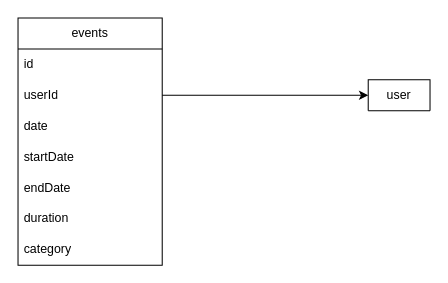
Before: uml.drawio in federicoferrulli/presenza-giornaliere, a draw.io diagram. Source tidied: cells renumbered, new cells numbered last; positions are measured from the earlier drawing's top-left corner, leaving out a move shared by most shapes. Both pictures are drawn from the tidied source at 103%, with x=0, y=0 at pixel (18, 18).
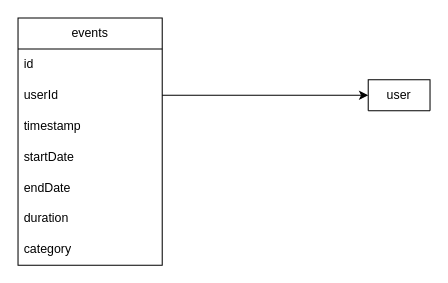
The same page after the edit.

Change to the diagram source:
```diff
@@
 <mxGraphModel>
   <root>
     <mxCell id="0" />
     <mxCell id="1" parent="0" />
     <mxCell id="2" value="events" style="swimlane;fontStyle=0;horizontal=1;startSize=30;whiteSpace=wrap;html=1;" parent="1" vertex="1">
       <mxGeometry width="140" height="240" as="geometry" />
     </mxCell>
     <mxCell id="3" value="id" style="text;strokeColor=none;fillColor=none;align=left;verticalAlign=middle;spacingLeft=4;spacingRight=4;overflow=hidden;whiteSpace=wrap;html=1;" parent="2" vertex="1">
       <mxGeometry y="30" width="140" height="30" as="geometry" />
     </mxCell>
     <mxCell id="4" value="userId" style="text;strokeColor=none;fillColor=none;align=left;verticalAlign=middle;spacingLeft=4;spacingRight=4;overflow=hidden;points=[[0,0.5],[1,0.5]];portConstraint=eastwest;whiteSpace=wrap;html=1;" parent="2" vertex="1">
       <mxGeometry y="60" width="140" height="30" as="geometry" />
     </mxCell>
-    <mxCell id="5" value="date" style="text;strokeColor=none;fillColor=none;align=left;verticalAlign=middle;spacingLeft=4;spacingRight=4;overflow=hidden;whiteSpace=wrap;html=1;" parent="2" vertex="1">
+    <mxCell id="5" value="timestamp" style="text;strokeColor=none;fillColor=none;align=left;verticalAlign=middle;spacingLeft=4;spacingRight=4;overflow=hidden;whiteSpace=wrap;html=1;" parent="2" vertex="1">
       <mxGeometry y="90" width="140" height="30" as="geometry" />
     </mxCell>
     <mxCell id="6" value="startDate" style="text;strokeColor=none;fillColor=none;align=left;verticalAlign=middle;spacingLeft=4;spacingRight=4;overflow=hidden;whiteSpace=wrap;html=1;" parent="2" vertex="1">
       <mxGeometry y="120" width="140" height="30" as="geometry" />
     </mxCell>
     <mxCell id="7" value="endDate" style="text;strokeColor=none;fillColor=none;align=left;verticalAlign=middle;spacingLeft=4;spacingRight=4;overflow=hidden;whiteSpace=wrap;html=1;" parent="2" vertex="1">
       <mxGeometry y="150" width="140" height="30" as="geometry" />
     </mxCell>
     <mxCell id="8" value="duration" style="text;strokeColor=none;fillColor=none;align=left;verticalAlign=middle;spacingLeft=4;spacingRight=4;overflow=hidden;whiteSpace=wrap;html=1;" parent="2" vertex="1">
       <mxGeometry y="180" width="140" height="30" as="geometry" />
     </mxCell>
     <mxCell id="9" value="category" style="text;strokeColor=none;fillColor=none;align=left;verticalAlign=middle;spacingLeft=4;spacingRight=4;overflow=hidden;whiteSpace=wrap;html=1;" parent="2" vertex="1">
       <mxGeometry y="210" width="140" height="30" as="geometry" />
     </mxCell>
     <mxCell id="10" value="user" style="swimlane;fontStyle=0;horizontal=1;startSize=30;whiteSpace=wrap;html=1;" parent="1" vertex="1" collapsed="1">
       <mxGeometry x="340" y="60" width="60" height="30" as="geometry" />
     </mxCell>
     <mxCell id="11" style="edgeStyle=none;html=1;entryX=0;entryY=0.5;entryDx=0;entryDy=0;" parent="1" edge="1" source="4" target="10">
       <mxGeometry relative="1" as="geometry" />
     </mxCell>
   </root>
 </mxGraphModel>
```
